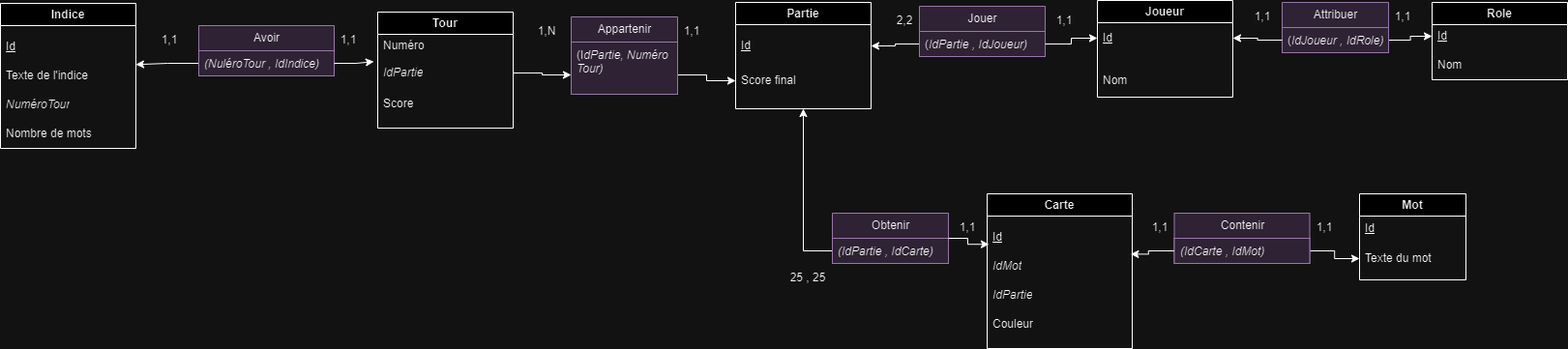
Earlier version of the draw.io export Diagramme_Entités.drawio.png (Asuraa3/POLYNAMES). Source tidied: cells renumbered, new cells last; positions are measured from the earlier drawing's top-left corner, leaving out a move shared by most shapes.
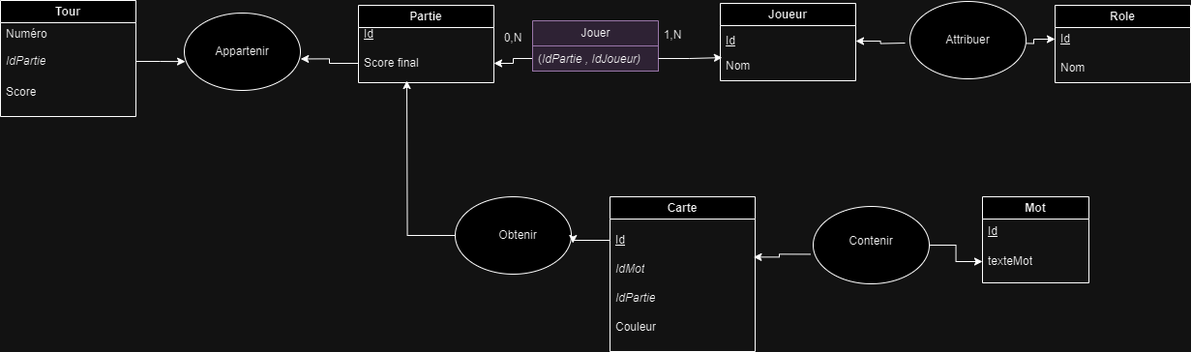
Above is the later version.

Change to the diagram source:
```diff
@@ -12,13 +12,13 @@
       <mxGeometry y="50" width="140" height="30" as="geometry" />
     </mxCell>
     <mxCell id="5" value="Partie" style="swimlane;whiteSpace=wrap;html=1;" parent="1" vertex="1">
-      <mxGeometry x="760" y="2" width="140" height="110" as="geometry" />
+      <mxGeometry x="760" y="2" width="140" height="80" as="geometry" />
     </mxCell>
     <mxCell id="6" value="Score final" style="text;strokeColor=none;fillColor=none;align=left;verticalAlign=middle;spacingLeft=4;spacingRight=4;overflow=hidden;points=[[0,0.5],[1,0.5]];portConstraint=eastwest;whiteSpace=wrap;html=1;" parent="5" vertex="1">
-      <mxGeometry y="66" width="140" height="30" as="geometry" />
+      <mxGeometry y="40" width="140" height="40" as="geometry" />
     </mxCell>
     <mxCell id="7" value="&lt;u&gt;Id&lt;/u&gt;" style="text;strokeColor=none;fillColor=none;align=left;verticalAlign=middle;spacingLeft=4;spacingRight=4;overflow=hidden;points=[[0,0.5],[1,0.5]];portConstraint=eastwest;whiteSpace=wrap;html=1;" parent="5" vertex="1">
-      <mxGeometry y="30" width="140" height="30" as="geometry" />
+      <mxGeometry y="15" width="140" height="30" as="geometry" />
     </mxCell>
     <mxCell id="8" value="Mot" style="swimlane;whiteSpace=wrap;html=1;" parent="1" vertex="1">
       <mxGeometry x="1405" y="200" width="110" height="89" as="geometry" />
@@ -26,33 +26,18 @@
     <mxCell id="9" value="&lt;u&gt;Id&lt;/u&gt;" style="text;strokeColor=none;fillColor=none;align=left;verticalAlign=middle;spacingLeft=4;spacingRight=4;overflow=hidden;whiteSpace=wrap;html=1;" parent="8" vertex="1">
       <mxGeometry y="21" width="110" height="30" as="geometry" />
     </mxCell>
-    <mxCell id="10" value="Texte du mot" style="text;strokeColor=none;fillColor=none;align=left;verticalAlign=middle;spacingLeft=4;spacingRight=4;overflow=hidden;points=[[0,0.5],[1,0.5]];portConstraint=eastwest;whiteSpace=wrap;html=1;" parent="8" vertex="1">
+    <mxCell id="10" value="texteMot" style="text;strokeColor=none;fillColor=none;align=left;verticalAlign=middle;spacingLeft=4;spacingRight=4;overflow=hidden;points=[[0,0.5],[1,0.5]];portConstraint=eastwest;whiteSpace=wrap;html=1;" parent="8" vertex="1">
       <mxGeometry y="52" width="110" height="30" as="geometry" />
     </mxCell>
     <mxCell id="11" value="Joueur" style="swimlane;whiteSpace=wrap;html=1;" parent="1" vertex="1">
-      <mxGeometry x="1134" width="140" height="100" as="geometry" />
+      <mxGeometry x="1134" width="140" height="80" as="geometry" />
     </mxCell>
     <mxCell id="12" value="&lt;u&gt;Id&lt;/u&gt;" style="text;strokeColor=none;fillColor=none;align=left;verticalAlign=middle;spacingLeft=4;spacingRight=4;overflow=hidden;points=[[0,0.5],[1,0.5]];portConstraint=eastwest;whiteSpace=wrap;html=1;" parent="11" vertex="1">
       <mxGeometry y="24" width="140" height="30" as="geometry" />
     </mxCell>
     <mxCell id="13" value="Nom" style="text;strokeColor=none;fillColor=none;align=left;verticalAlign=middle;spacingLeft=4;spacingRight=4;overflow=hidden;points=[[0,0.5],[1,0.5]];portConstraint=eastwest;whiteSpace=wrap;html=1;" parent="11" vertex="1">
-      <mxGeometry y="68" width="140" height="30" as="geometry" />
+      <mxGeometry y="50" width="140" height="30" as="geometry" />
     </mxCell>
-    <mxCell id="14" value="Indice" style="swimlane;whiteSpace=wrap;html=1;" parent="1" vertex="1">
-      <mxGeometry y="3" width="140" height="150" as="geometry" />
-    </mxCell>
-    <mxCell id="15" value="&lt;u&gt;Id&lt;/u&gt;" style="text;strokeColor=none;fillColor=none;align=left;verticalAlign=middle;spacingLeft=4;spacingRight=4;overflow=hidden;whiteSpace=wrap;html=1;" parent="14" vertex="1">
-      <mxGeometry y="30" width="140" height="30" as="geometry" />
-    </mxCell>
-    <mxCell id="16" value="Texte de l'indice" style="text;strokeColor=none;fillColor=none;align=left;verticalAlign=middle;spacingLeft=4;spacingRight=4;overflow=hidden;whiteSpace=wrap;html=1;" parent="14" vertex="1">
-      <mxGeometry y="60" width="140" height="30" as="geometry" />
-    </mxCell>
-    <mxCell id="17" value="&lt;i&gt;NuméroTour&lt;/i&gt;" style="text;strokeColor=none;fillColor=none;align=left;verticalAlign=middle;spacingLeft=4;spacingRight=4;overflow=hidden;whiteSpace=wrap;html=1;" parent="14" vertex="1">
-      <mxGeometry y="90" width="140" height="30" as="geometry" />
-    </mxCell>
-    <mxCell id="18" value="Nombre de mots" style="text;strokeColor=none;fillColor=none;align=left;verticalAlign=middle;spacingLeft=4;spacingRight=4;overflow=hidden;whiteSpace=wrap;html=1;" parent="14" vertex="1">
-      <mxGeometry y="120" width="140" height="30" as="geometry" />
-    </mxCell>
     <mxCell id="19" value="Carte" style="swimlane;whiteSpace=wrap;html=1;" parent="1" vertex="1">
       <mxGeometry x="1020" y="200" width="150" height="160" as="geometry" />
     </mxCell>
@@ -69,7 +54,7 @@
       <mxGeometry y="120" width="140" height="30" as="geometry" />
     </mxCell>
     <mxCell id="24" value="Tour" style="swimlane;whiteSpace=wrap;html=1;" parent="1" vertex="1">
-      <mxGeometry x="390" y="12" width="140" height="120" as="geometry" />
+      <mxGeometry x="390" y="-3" width="140" height="120" as="geometry" />
     </mxCell>
     <mxCell id="25" value="Numéro" style="text;strokeColor=none;fillColor=none;align=left;verticalAlign=middle;spacingLeft=4;spacingRight=4;overflow=hidden;whiteSpace=wrap;html=1;" parent="24" vertex="1">
       <mxGeometry y="20" width="140" height="30" as="geometry" />
@@ -80,115 +65,77 @@
     <mxCell id="27" value="Score" style="text;strokeColor=none;fillColor=none;align=left;verticalAlign=middle;spacingLeft=4;spacingRight=4;overflow=hidden;whiteSpace=wrap;html=1;" parent="24" vertex="1">
       <mxGeometry y="80" width="140" height="30" as="geometry" />
     </mxCell>
-    <mxCell id="28" value="2,2" style="text;strokeColor=none;align=center;fillColor=none;html=1;verticalAlign=middle;whiteSpace=wrap;rounded=0;" parent="1" vertex="1">
-      <mxGeometry x="920" y="6" width="30" height="30" as="geometry" />
+    <mxCell id="28" value="0,N" style="text;strokeColor=none;align=center;fillColor=none;html=1;verticalAlign=middle;whiteSpace=wrap;rounded=0;" parent="1" vertex="1">
+      <mxGeometry x="905" y="21" width="30" height="30" as="geometry" />
     </mxCell>
-    <mxCell id="29" value="1,1" style="text;strokeColor=none;align=center;fillColor=none;html=1;verticalAlign=middle;whiteSpace=wrap;rounded=0;" parent="1" vertex="1">
-      <mxGeometry x="1085" y="6" width="30" height="30" as="geometry" />
+    <mxCell id="29" value="1,N" style="text;strokeColor=none;align=center;fillColor=none;html=1;verticalAlign=middle;whiteSpace=wrap;rounded=0;" parent="1" vertex="1">
+      <mxGeometry x="1070" y="18" width="30" height="30" as="geometry" />
     </mxCell>
-    <mxCell id="30" value="1,1" style="text;strokeColor=none;align=center;fillColor=none;html=1;verticalAlign=middle;whiteSpace=wrap;rounded=0;" parent="1" vertex="1">
-      <mxGeometry x="1435" y="2" width="30" height="30" as="geometry" />
-    </mxCell>
-    <mxCell id="31" value="1,1" style="text;strokeColor=none;align=center;fillColor=none;html=1;verticalAlign=middle;whiteSpace=wrap;rounded=0;" parent="1" vertex="1">
-      <mxGeometry x="1290" y="2" width="30" height="30" as="geometry" />
-    </mxCell>
-    <mxCell id="32" style="edgeStyle=orthogonalEdgeStyle;rounded=0;jettySize=auto;html=1;exitX=0;exitY=0.75;exitDx=0;exitDy=0;entryX=1;entryY=0.5;entryDx=0;entryDy=0;" parent="1" edge="1" source="33" target="7">
+    <mxCell id="32" style="edgeStyle=orthogonalEdgeStyle;rounded=0;jettySize=auto;html=1;exitX=0;exitY=0.75;exitDx=0;exitDy=0;entryX=1;entryY=0.5;entryDx=0;entryDy=0;" parent="1" edge="1" source="33" target="6">
       <mxGeometry relative="1" as="geometry" />
     </mxCell>
     <mxCell id="33" value="Jouer" style="swimlane;fontStyle=0;horizontal=1;startSize=26;fillColor=#e1d5e7;html=1;strokeColor=#9673a6;" parent="1" vertex="1">
-      <mxGeometry x="950" y="6" width="130" height="52" as="geometry" />
+      <mxGeometry x="940" y="18" width="130" height="52" as="geometry" />
     </mxCell>
     <mxCell id="34" value="(&lt;i&gt;IdPartie , IdJoueur)&lt;/i&gt;" style="text;strokeColor=#9673a6;fillColor=#e1d5e7;align=left;verticalAlign=top;spacingLeft=4;spacingRight=4;overflow=hidden;points=[[0,0.5],[1,0.5]];portConstraint=eastwest;whiteSpace=wrap;html=1;" parent="33" vertex="1">
       <mxGeometry y="26" width="130" height="26" as="geometry" />
     </mxCell>
-    <mxCell id="35" style="edgeStyle=orthogonalEdgeStyle;rounded=0;jettySize=auto;html=1;exitX=1;exitY=0.5;exitDx=0;exitDy=0;entryX=0;entryY=0.5;entryDx=0;entryDy=0;" parent="1" edge="1" source="34" target="12">
+    <mxCell id="35" style="edgeStyle=orthogonalEdgeStyle;rounded=0;jettySize=auto;html=1;exitX=1;exitY=0.5;exitDx=0;exitDy=0;entryX=0.014;entryY=0.203;entryDx=0;entryDy=0;entryPerimeter=0;" parent="1" edge="1" source="34" target="13">
       <mxGeometry relative="1" as="geometry" />
     </mxCell>
-    <mxCell id="36" style="edgeStyle=orthogonalEdgeStyle;rounded=0;jettySize=auto;html=1;exitX=1;exitY=0.75;exitDx=0;exitDy=0;entryX=0;entryY=0.5;entryDx=0;entryDy=0;" parent="1" edge="1" source="37" target="6">
-      <mxGeometry relative="1" as="geometry" />
-    </mxCell>
+    <mxCell id="39" style="edgeStyle=orthogonalEdgeStyle;rounded=0;jettySize=auto;html=1;exitX=1;exitY=0.75;exitDx=0;exitDy=0;entryX=0;entryY=0.5;entryDx=0;entryDy=0;" parent="1" edge="1" target="3">
+      <mxGeometry relative="1" as="geometry">
+        <mxPoint x="1435" y="41" as="sourcePoint" />
+      </mxGeometry>
+    </mxCell>
+    <mxCell id="42" style="edgeStyle=orthogonalEdgeStyle;rounded=0;jettySize=auto;html=1;exitX=0;exitY=0.5;exitDx=0;exitDy=0;entryX=1;entryY=0.5;entryDx=0;entryDy=0;" parent="1" edge="1" target="12">
+      <mxGeometry relative="1" as="geometry">
+        <mxPoint x="1325" y="41" as="sourcePoint" />
+      </mxGeometry>
+    </mxCell>
+    <mxCell id="45" style="edgeStyle=orthogonalEdgeStyle;rounded=0;jettySize=auto;html=1;exitX=1;exitY=0.5;exitDx=0;exitDy=0;entryX=0;entryY=0.5;entryDx=0;entryDy=0;" parent="1" edge="1" source="65" target="10">
+      <mxGeometry relative="1" as="geometry" />
+    </mxCell>
+    <mxCell id="63" style="edgeStyle=orthogonalEdgeStyle;rounded=0;jettySize=auto;html=1;exitX=-0.021;exitY=0.618;exitDx=0;exitDy=0;entryX=1.06;entryY=0.079;entryDx=0;entryDy=0;entryPerimeter=0;exitPerimeter=0;" parent="1" edge="1" source="65" target="21">
+      <mxGeometry relative="1" as="geometry" />
+    </mxCell>
+    <mxCell id="64" style="ellipse;whiteSpace=wrap;html=1;" parent="1" vertex="1">
+      <mxGeometry x="1330" y="-2" width="120" height="80" as="geometry" />
+    </mxCell>
+    <mxCell id="40" value="Attribuer" style="text;strokeColor=none;align=center;fillColor=none;html=1;verticalAlign=middle;whiteSpace=wrap;rounded=0;" parent="1" vertex="1">
+      <mxGeometry x="1360" y="23" width="60" height="30" as="geometry" />
+    </mxCell>
+    <mxCell id="65" style="ellipse;whiteSpace=wrap;html=1;" parent="1" vertex="1">
+      <mxGeometry x="1230" y="210" width="120" height="80" as="geometry" />
+    </mxCell>
+    <mxCell id="46" value="Contenir" style="text;strokeColor=none;align=center;fillColor=none;html=1;verticalAlign=middle;whiteSpace=wrap;rounded=0;" parent="1" vertex="1">
+      <mxGeometry x="1260" y="231" width="60" height="30" as="geometry" />
+    </mxCell>
+    <mxCell id="66" style="edgeStyle=orthogonalEdgeStyle;rounded=0;jettySize=auto;html=1;exitX=0;exitY=0.5;exitDx=0;exitDy=0;" parent="1" edge="1" source="67">
+      <mxGeometry relative="1" as="geometry">
+        <mxPoint x="810" y="80" as="targetPoint" />
+      </mxGeometry>
+    </mxCell>
+    <mxCell id="67" style="ellipse;whiteSpace=wrap;html=1;fontStyle=1;" parent="1" vertex="1">
+      <mxGeometry x="860" y="200" width="120" height="80" as="geometry" />
+    </mxCell>
+    <mxCell id="68" style="ellipse;whiteSpace=wrap;html=1;" parent="1" vertex="1">
+      <mxGeometry x="580" y="10" width="120" height="80" as="geometry" />
+    </mxCell>
-    <mxCell id="37" value="Appartenir" style="swimlane;fontStyle=0;horizontal=1;startSize=26;fillColor=#e1d5e7;html=1;strokeColor=#9673a6;" parent="1" vertex="1">
-      <mxGeometry x="590" y="17" width="110" height="80" as="geometry" />
+    <mxCell id="37" value="Appartenir" style="text;strokeColor=none;align=center;fillColor=none;html=1;verticalAlign=middle;whiteSpace=wrap;rounded=0;" parent="1" vertex="1">
+      <mxGeometry x="610" y="35" width="60" height="30" as="geometry" />
     </mxCell>
-    <mxCell id="38" value="(I&lt;i&gt;dPartie, Numéro Tour)&lt;/i&gt;" style="text;strokeColor=#9673a6;fillColor=#e1d5e7;align=left;verticalAlign=top;spacingLeft=4;spacingRight=4;overflow=hidden;whiteSpace=wrap;html=1;" parent="37" vertex="1">
-      <mxGeometry y="26" width="110" height="54" as="geometry" />
-    </mxCell>
-    <mxCell id="39" style="edgeStyle=orthogonalEdgeStyle;rounded=0;jettySize=auto;html=1;exitX=1;exitY=0.75;exitDx=0;exitDy=0;entryX=0;entryY=0.5;entryDx=0;entryDy=0;" parent="1" edge="1" source="40" target="3">
-      <mxGeometry relative="1" as="geometry" />
-    </mxCell>
-    <mxCell id="40" value="Attribuer" style="swimlane;fontStyle=0;horizontal=1;startSize=26;fillColor=#e1d5e7;html=1;strokeColor=#9673a6;" parent="1" vertex="1">
-      <mxGeometry x="1325" y="2" width="110" height="52" as="geometry" />
-    </mxCell>
-    <mxCell id="41" value="(&lt;i&gt;IdJoueur , IdRole)&lt;/i&gt;" style="text;strokeColor=#9673a6;fillColor=#e1d5e7;align=left;verticalAlign=top;spacingLeft=4;spacingRight=4;overflow=hidden;points=[[0,0.5],[1,0.5]];portConstraint=eastwest;whiteSpace=wrap;html=1;" parent="40" vertex="1">
-      <mxGeometry y="26" width="110" height="26" as="geometry" />
-    </mxCell>
-    <mxCell id="42" style="edgeStyle=orthogonalEdgeStyle;rounded=0;jettySize=auto;html=1;exitX=0;exitY=0.5;exitDx=0;exitDy=0;entryX=1;entryY=0.5;entryDx=0;entryDy=0;" parent="1" edge="1" source="41" target="12">
-      <mxGeometry relative="1" as="geometry" />
-    </mxCell>
-    <mxCell id="43" value="1,N" style="text;strokeColor=none;align=center;fillColor=none;html=1;verticalAlign=middle;whiteSpace=wrap;rounded=0;" parent="1" vertex="1">
-      <mxGeometry x="550" y="17" width="30" height="30" as="geometry" />
-    </mxCell>
-    <mxCell id="44" value="1,1" style="text;strokeColor=none;align=center;fillColor=none;html=1;verticalAlign=middle;whiteSpace=wrap;rounded=0;" parent="1" vertex="1">
-      <mxGeometry x="700" y="17" width="30" height="30" as="geometry" />
-    </mxCell>
-    <mxCell id="45" style="edgeStyle=orthogonalEdgeStyle;rounded=0;jettySize=auto;html=1;exitX=1;exitY=0.75;exitDx=0;exitDy=0;entryX=0;entryY=0.5;entryDx=0;entryDy=0;" parent="1" edge="1" source="46" target="10">
-      <mxGeometry relative="1" as="geometry" />
-    </mxCell>
-    <mxCell id="46" value="Contenir" style="swimlane;fontStyle=0;horizontal=1;startSize=26;fillColor=#e1d5e7;html=1;strokeColor=#9673a6;" parent="1" vertex="1">
-      <mxGeometry x="1213.5" y="220" width="140" height="52" as="geometry" />
-    </mxCell>
-    <mxCell id="47" value="&lt;i&gt;(IdCarte , IdMot)&lt;/i&gt;" style="text;strokeColor=#9673a6;fillColor=#e1d5e7;align=left;verticalAlign=top;spacingLeft=4;spacingRight=4;overflow=hidden;whiteSpace=wrap;html=1;" parent="46" vertex="1">
-      <mxGeometry y="26" width="140" height="26" as="geometry" />
-    </mxCell>
-    <mxCell id="48" value="1,1" style="text;strokeColor=none;align=center;fillColor=none;html=1;verticalAlign=middle;whiteSpace=wrap;rounded=0;" parent="1" vertex="1">
-      <mxGeometry x="985" y="220" width="30" height="30" as="geometry" />
-    </mxCell>
-    <mxCell id="49" value="1,1" style="text;strokeColor=none;align=center;fillColor=none;html=1;verticalAlign=middle;whiteSpace=wrap;rounded=0;" parent="1" vertex="1">
-      <mxGeometry x="1353.5" y="219.5" width="30" height="30" as="geometry" />
-    </mxCell>
-    <mxCell id="50" style="edgeStyle=orthogonalEdgeStyle;rounded=0;jettySize=auto;html=1;exitX=0;exitY=0.75;exitDx=0;exitDy=0;entryX=0.5;entryY=1;entryDx=0;entryDy=0;" parent="1" edge="1" source="51" target="5">
-      <mxGeometry relative="1" as="geometry" />
-    </mxCell>
+    <mxCell id="69" style="edgeStyle=orthogonalEdgeStyle;rounded=0;jettySize=auto;html=1;exitX=1;exitY=0.5;exitDx=0;exitDy=0;entryX=0.009;entryY=0.627;entryDx=0;entryDy=0;entryPerimeter=0;" parent="1" edge="1" source="26" target="68">
+      <mxGeometry relative="1" as="geometry" />
+    </mxCell>
+    <mxCell id="70" style="edgeStyle=orthogonalEdgeStyle;rounded=0;jettySize=auto;html=1;exitX=0;exitY=0.5;exitDx=0;exitDy=0;entryX=1.002;entryY=0.593;entryDx=0;entryDy=0;entryPerimeter=0;" parent="1" edge="1" source="6" target="68">
+      <mxGeometry relative="1" as="geometry" />
+    </mxCell>
-    <mxCell id="51" value="Obtenir" style="swimlane;fontStyle=0;horizontal=1;startSize=26;fillColor=#e1d5e7;html=1;strokeColor=#9673a6;" parent="1" vertex="1">
-      <mxGeometry x="860" y="220" width="120" height="52" as="geometry" />
+    <mxCell id="51" value="Obtenir" style="text;strokeColor=none;align=center;fillColor=none;html=1;verticalAlign=middle;whiteSpace=wrap;rounded=0;" parent="1" vertex="1">
+      <mxGeometry x="895" y="225" width="60" height="30" as="geometry" />
     </mxCell>
-    <mxCell id="52" value="(IdPartie , IdCarte)" style="text;strokeColor=#9673a6;fillColor=#e1d5e7;align=left;verticalAlign=top;spacingLeft=4;spacingRight=4;overflow=hidden;whiteSpace=wrap;html=1;fontStyle=2;" parent="51" vertex="1">
-      <mxGeometry y="26" width="120" height="26" as="geometry" />
-    </mxCell>
-    <mxCell id="53" style="edgeStyle=orthogonalEdgeStyle;rounded=0;jettySize=auto;html=1;exitX=1;exitY=0.5;exitDx=0;exitDy=0;entryX=0.014;entryY=-0.26;entryDx=0;entryDy=0;entryPerimeter=0;" parent="1" edge="1" source="51" target="21">
-      <mxGeometry relative="1" as="geometry" />
-    </mxCell>
-    <mxCell id="54" value="25 , 25" style="text;strokeColor=none;align=center;fillColor=none;html=1;verticalAlign=middle;whiteSpace=wrap;rounded=0;" parent="1" vertex="1">
-      <mxGeometry x="810" y="272" width="50" height="30" as="geometry" />
-    </mxCell>
-    <mxCell id="55" value="1,1" style="text;strokeColor=none;align=center;fillColor=none;html=1;verticalAlign=middle;whiteSpace=wrap;rounded=0;" parent="1" vertex="1">
-      <mxGeometry x="1183.5" y="220" width="30" height="30" as="geometry" />
-    </mxCell>
-    <mxCell id="56" style="edgeStyle=orthogonalEdgeStyle;rounded=0;jettySize=auto;html=1;exitX=0;exitY=0.75;exitDx=0;exitDy=0;" parent="1" edge="1" source="57">
-      <mxGeometry relative="1" as="geometry">
-        <mxPoint x="140" y="66.2" as="targetPoint" />
-      </mxGeometry>
-    </mxCell>
-    <mxCell id="57" value="Avoir" style="swimlane;fontStyle=0;horizontal=1;startSize=26;fillColor=#e1d5e7;html=1;strokeColor=#9673a6;" parent="1" vertex="1">
-      <mxGeometry x="205" y="26" width="140" height="52" as="geometry" />
-    </mxCell>
-    <mxCell id="58" value="(NuléroTour , IdIndice)" style="text;strokeColor=#9673a6;fillColor=#e1d5e7;align=left;verticalAlign=top;spacingLeft=4;spacingRight=4;overflow=hidden;whiteSpace=wrap;html=1;fontStyle=2;" parent="57" vertex="1">
-      <mxGeometry y="26" width="140" height="26" as="geometry" />
-    </mxCell>
-    <mxCell id="59" style="edgeStyle=orthogonalEdgeStyle;rounded=0;jettySize=auto;html=1;exitX=1;exitY=0.75;exitDx=0;exitDy=0;entryX=-0.029;entryY=0.108;entryDx=0;entryDy=0;entryPerimeter=0;" parent="1" edge="1" source="57" target="26">
-      <mxGeometry relative="1" as="geometry" />
-    </mxCell>
-    <mxCell id="60" value="1,1" style="text;strokeColor=none;align=center;fillColor=none;html=1;verticalAlign=middle;whiteSpace=wrap;rounded=0;" parent="1" vertex="1">
-      <mxGeometry x="345" y="26" width="30" height="30" as="geometry" />
-    </mxCell>
-    <mxCell id="61" value="1,1" style="text;strokeColor=none;align=center;fillColor=none;html=1;verticalAlign=middle;whiteSpace=wrap;rounded=0;" parent="1" vertex="1">
-      <mxGeometry x="160" y="26" width="30" height="30" as="geometry" />
-    </mxCell>
-    <mxCell id="62" style="edgeStyle=orthogonalEdgeStyle;rounded=0;jettySize=auto;html=1;exitX=1;exitY=0.5;exitDx=0;exitDy=0;entryX=0;entryY=0.75;entryDx=0;entryDy=0;" parent="1" edge="1" source="26" target="37">
-      <mxGeometry relative="1" as="geometry" />
-    </mxCell>
-    <mxCell id="63" style="edgeStyle=orthogonalEdgeStyle;rounded=0;jettySize=auto;html=1;exitX=0;exitY=0.75;exitDx=0;exitDy=0;entryX=1.06;entryY=0.079;entryDx=0;entryDy=0;entryPerimeter=0;" parent="1" edge="1" source="46" target="21">
-      <mxGeometry relative="1" as="geometry" />
-    </mxCell>
+    <mxCell id="71" style="edgeStyle=orthogonalEdgeStyle;rounded=0;jettySize=auto;html=1;exitX=0;exitY=0.5;exitDx=0;exitDy=0;entryX=1.014;entryY=0.6;entryDx=0;entryDy=0;entryPerimeter=0;" parent="1" edge="1" source="20" target="67">
+      <mxGeometry relative="1" as="geometry" />
+    </mxCell>
   </root>
 </mxGraphModel>
```
